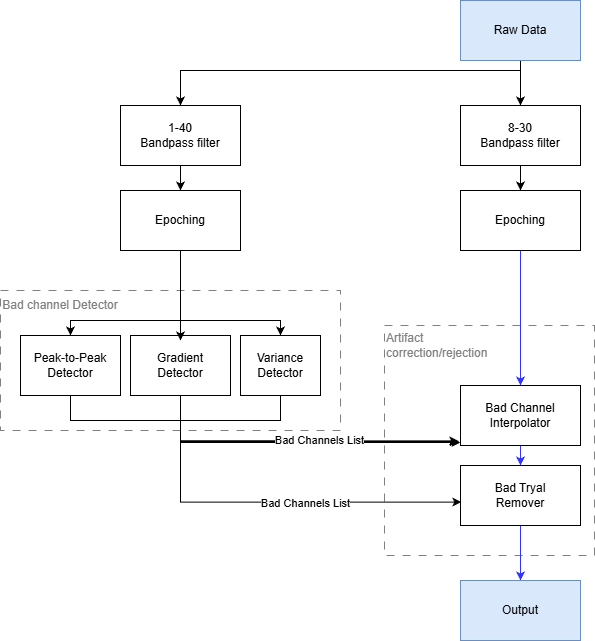
J0RGITO-SA3Z/TFG-BCI keeps this draw.io diagram as Memoria/plantilla_tfg_latex__1_/Imagenes/Bitmap/Bad_channel_detector.png. Above is the earlier version. Source tidied: cells renumbered, new cells last; positions are measured from the earlier drawing's top-left corner, leaving out a move shared by most shapes.
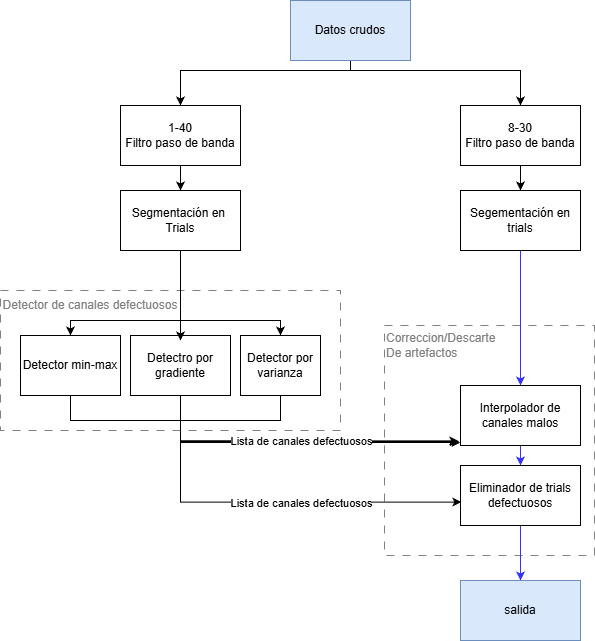
The same diagram one commit later.

Change to the diagram source:
```diff
@@ -11,7 +11,7 @@
     <mxCell id="4" style="edgeStyle=orthogonalEdgeStyle;rounded=0;jettySize=auto;html=1;entryX=0.5;entryY=0;entryDx=0;entryDy=0;" parent="1" edge="1" source="6" target="10">
       <mxGeometry relative="1" as="geometry">
         <Array as="points">
-          <mxPoint x="520" y="70" />
+          <mxPoint x="350" y="70" />
           <mxPoint x="180" y="70" />
         </Array>
       </mxGeometry>
@@ -19,24 +19,24 @@
     <mxCell id="5" style="edgeStyle=orthogonalEdgeStyle;rounded=0;jettySize=auto;html=1;" parent="1" edge="1" source="6" target="8">
       <mxGeometry relative="1" as="geometry">
         <Array as="points">
-          <mxPoint x="520" y="70" />
+          <mxPoint x="350" y="70" />
           <mxPoint x="520" y="70" />
         </Array>
       </mxGeometry>
     </mxCell>
-    <mxCell id="6" value="Raw Data" style="rounded=0;whiteSpace=wrap;html=1;fillColor=#dae8fc;strokeColor=#6c8ebf;" parent="1" vertex="1">
-      <mxGeometry x="460" width="120" height="60" as="geometry" />
+    <mxCell id="6" value="Datos crudos" style="rounded=0;whiteSpace=wrap;html=1;fillColor=#dae8fc;strokeColor=#6c8ebf;" parent="1" vertex="1">
+      <mxGeometry x="290" width="120" height="60" as="geometry" />
     </mxCell>
     <mxCell id="7" style="edgeStyle=orthogonalEdgeStyle;rounded=0;jettySize=auto;html=1;entryX=0.5;entryY=0;entryDx=0;entryDy=0;" parent="1" edge="1" source="8" target="15">
       <mxGeometry relative="1" as="geometry" />
     </mxCell>
-    <mxCell id="8" value="8-30&lt;br&gt;Bandpass filter" style="rounded=0;whiteSpace=wrap;html=1;" parent="1" vertex="1">
+    <mxCell id="8" value="8-30&lt;br&gt;Filtro paso de banda" style="rounded=0;whiteSpace=wrap;html=1;" parent="1" vertex="1">
       <mxGeometry x="460" y="105" width="120" height="60" as="geometry" />
     </mxCell>
     <mxCell id="9" style="edgeStyle=orthogonalEdgeStyle;rounded=0;jettySize=auto;html=1;entryX=0.5;entryY=0;entryDx=0;entryDy=0;" parent="1" edge="1" source="10" target="13">
       <mxGeometry relative="1" as="geometry" />
     </mxCell>
-    <mxCell id="10" value="1-40&lt;br&gt;Bandpass filter" style="rounded=0;whiteSpace=wrap;html=1;" parent="1" vertex="1">
+    <mxCell id="10" value="1-40&lt;br&gt;Filtro paso de banda" style="rounded=0;whiteSpace=wrap;html=1;" parent="1" vertex="1">
       <mxGeometry x="120" y="105" width="120" height="60" as="geometry" />
     </mxCell>
     <mxCell id="11" style="edgeStyle=orthogonalEdgeStyle;rounded=0;jettySize=auto;html=1;entryX=0.5;entryY=0;entryDx=0;entryDy=0;" parent="1" edge="1" source="13" target="19">
@@ -55,19 +55,19 @@
         </Array>
       </mxGeometry>
     </mxCell>
-    <mxCell id="13" value="Epoching" style="rounded=0;whiteSpace=wrap;html=1;" parent="1" vertex="1">
+    <mxCell id="13" value="Segmentación en&amp;nbsp;&lt;br&gt;Trials" style="rounded=0;whiteSpace=wrap;html=1;" parent="1" vertex="1">
       <mxGeometry x="120" y="190" width="120" height="60" as="geometry" />
     </mxCell>
     <mxCell id="14" style="edgeStyle=orthogonalEdgeStyle;rounded=0;jettySize=auto;html=1;entryX=0.5;entryY=0;entryDx=0;entryDy=0;fontColor=#66FF66;strokeColor=#3333FF;" parent="1" edge="1" source="15" target="22">
       <mxGeometry relative="1" as="geometry" />
     </mxCell>
-    <mxCell id="15" value="Epoching" style="rounded=0;whiteSpace=wrap;html=1;" parent="1" vertex="1">
+    <mxCell id="15" value="Segementación en trials" style="rounded=0;whiteSpace=wrap;html=1;" parent="1" vertex="1">
       <mxGeometry x="460" y="190" width="120" height="60" as="geometry" />
     </mxCell>
-    <mxCell id="16" value="Peak-to-Peak&lt;br&gt;Detector" style="rounded=0;whiteSpace=wrap;html=1;" parent="1" vertex="1">
+    <mxCell id="16" value="Detector min-max" style="rounded=0;whiteSpace=wrap;html=1;" parent="1" vertex="1">
       <mxGeometry x="20" y="335" width="100" height="60" as="geometry" />
     </mxCell>
-    <mxCell id="17" value="Gradient &lt;br&gt;Detector" style="rounded=0;whiteSpace=wrap;html=1;" parent="1" vertex="1">
+    <mxCell id="17" value="Detectro por&lt;br&gt;gradiente" style="rounded=0;whiteSpace=wrap;html=1;" parent="1" vertex="1">
       <mxGeometry x="130" y="335" width="100" height="60" as="geometry" />
     </mxCell>
     <mxCell id="18" style="edgeStyle=orthogonalEdgeStyle;rounded=0;jettySize=auto;html=1;entryX=-0.019;entryY=0.922;entryDx=0;entryDy=0;entryPerimeter=0;" parent="1" edge="1" source="19" target="22">
@@ -79,31 +79,31 @@
         </Array>
       </mxGeometry>
     </mxCell>
-    <mxCell id="19" value="Variance &lt;br&gt;Detector" style="rounded=0;whiteSpace=wrap;html=1;" parent="1" vertex="1">
+    <mxCell id="19" value="Detector por&lt;br&gt;varianza" style="rounded=0;whiteSpace=wrap;html=1;" parent="1" vertex="1">
       <mxGeometry x="240" y="335" width="80" height="60" as="geometry" />
     </mxCell>
-    <mxCell id="20" value="Bad channel Detector" style="text;html=1;whiteSpace=wrap;strokeColor=none;fillColor=none;align=center;verticalAlign=middle;rounded=0;fontColor=#808080;" parent="1" vertex="1">
-      <mxGeometry y="290" width="120" height="30" as="geometry" />
+    <mxCell id="20" value="Detector de canales defectuosos" style="text;html=1;whiteSpace=wrap;strokeColor=none;fillColor=none;align=center;verticalAlign=middle;rounded=0;fontColor=#808080;" parent="1" vertex="1">
+      <mxGeometry y="290" width="180" height="30" as="geometry" />
     </mxCell>
     <mxCell id="21" style="edgeStyle=orthogonalEdgeStyle;rounded=0;jettySize=auto;html=1;strokeColor=#3333FF;" parent="1" edge="1" source="22" target="24">
       <mxGeometry relative="1" as="geometry" />
     </mxCell>
-    <mxCell id="22" value="Bad Channel&lt;br&gt;Interpolator" style="rounded=0;whiteSpace=wrap;html=1;" parent="1" vertex="1">
+    <mxCell id="22" value="Interpolador de&lt;br&gt;canales malos" style="rounded=0;whiteSpace=wrap;html=1;" parent="1" vertex="1">
       <mxGeometry x="460" y="385" width="120" height="60" as="geometry" />
     </mxCell>
     <mxCell id="23" style="edgeStyle=orthogonalEdgeStyle;rounded=0;jettySize=auto;html=1;exitX=0.5;exitY=1;exitDx=0;exitDy=0;entryX=0.5;entryY=0;entryDx=0;entryDy=0;strokeColor=#3333FF;" parent="1" edge="1" source="24" target="27">
       <mxGeometry relative="1" as="geometry" />
     </mxCell>
-    <mxCell id="24" value="Bad Tryal&lt;br&gt;Remover" style="rounded=0;whiteSpace=wrap;html=1;" parent="1" vertex="1">
+    <mxCell id="24" value="Eliminador de trials&lt;br&gt;defectuosos" style="rounded=0;whiteSpace=wrap;html=1;" parent="1" vertex="1">
       <mxGeometry x="460" y="465" width="120" height="60" as="geometry" />
     </mxCell>
-    <mxCell id="25" value="Artifact &lt;br&gt;correction/rejection" style="text;html=1;whiteSpace=wrap;strokeColor=none;fillColor=none;align=left;verticalAlign=middle;rounded=0;fontColor=#808080;" parent="1" vertex="1">
+    <mxCell id="25" value="Correccion/Descarte&lt;br&gt;De artefactos" style="text;html=1;whiteSpace=wrap;strokeColor=none;fillColor=none;align=left;verticalAlign=middle;rounded=0;fontColor=#808080;" parent="1" vertex="1">
       <mxGeometry x="384" y="325" width="120" height="40" as="geometry" />
     </mxCell>
     <mxCell id="26" style="edgeStyle=orthogonalEdgeStyle;rounded=0;jettySize=auto;html=1;entryX=0.5;entryY=0.083;entryDx=0;entryDy=0;entryPerimeter=0;" parent="1" edge="1" source="13" target="17">
       <mxGeometry relative="1" as="geometry" />
     </mxCell>
-    <mxCell id="27" value="Output" style="rounded=0;whiteSpace=wrap;html=1;fillColor=#dae8fc;strokeColor=#6c8ebf;" parent="1" vertex="1">
+    <mxCell id="27" value="salida" style="rounded=0;whiteSpace=wrap;html=1;fillColor=#dae8fc;strokeColor=#6c8ebf;" parent="1" vertex="1">
       <mxGeometry x="460" y="580" width="120" height="60" as="geometry" />
     </mxCell>
     <mxCell id="28" style="edgeStyle=orthogonalEdgeStyle;rounded=0;jettySize=auto;html=1;entryX=-0.013;entryY=0.934;entryDx=0;entryDy=0;entryPerimeter=0;" parent="1" edge="1" source="16" target="22">
@@ -124,8 +124,10 @@
         </Array>
       </mxGeometry>
     </mxCell>
-    <mxCell id="30" value="Bad Channels List" style="edgeLabel;html=1;align=center;verticalAlign=middle;" parent="29" vertex="1">
-      <mxGeometry x="0.13" y="3" relative="1" as="geometry" />
+    <mxCell id="30" value="Lista de canales defectuosos" style="edgeLabel;html=1;align=center;verticalAlign=middle;" parent="29" vertex="1">
+      <mxGeometry x="0.13" y="3" relative="1" as="geometry">
+        <mxPoint x="-18" y="1" as="offset" />
+      </mxGeometry>
     </mxCell>
     <mxCell id="31" style="edgeStyle=orthogonalEdgeStyle;rounded=0;jettySize=auto;html=1;entryX=0.007;entryY=0.61;entryDx=0;entryDy=0;entryPerimeter=0;" parent="1" edge="1" source="17" target="24">
       <mxGeometry relative="1" as="geometry">
@@ -134,8 +136,10 @@
         </Array>
       </mxGeometry>
     </mxCell>
-    <mxCell id="32" value="Bad Channels List" style="edgeLabel;html=1;align=center;verticalAlign=middle;" parent="31" vertex="1">
-      <mxGeometry x="0.19" y="-1" relative="1" as="geometry" />
+    <mxCell id="32" value="Lista de canales defectuosos" style="edgeLabel;html=1;align=center;verticalAlign=middle;" parent="31" vertex="1">
+      <mxGeometry x="0.19" y="-1" relative="1" as="geometry">
+        <mxPoint x="-4" as="offset" />
+      </mxGeometry>
     </mxCell>
   </root>
 </mxGraphModel>
```
